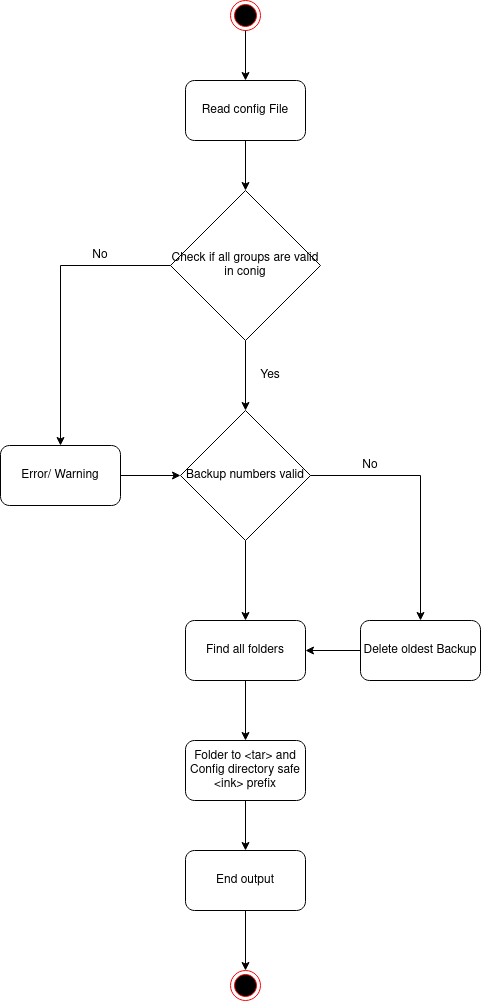
The draw.io diagram Documents/ActivityDiagram_Config.png in EAlbanese/Modul_122, before a commit. Source tidied: cells renumbered, new cells last; positions are measured from the earlier drawing's top-left corner, leaving out a move shared by most shapes.
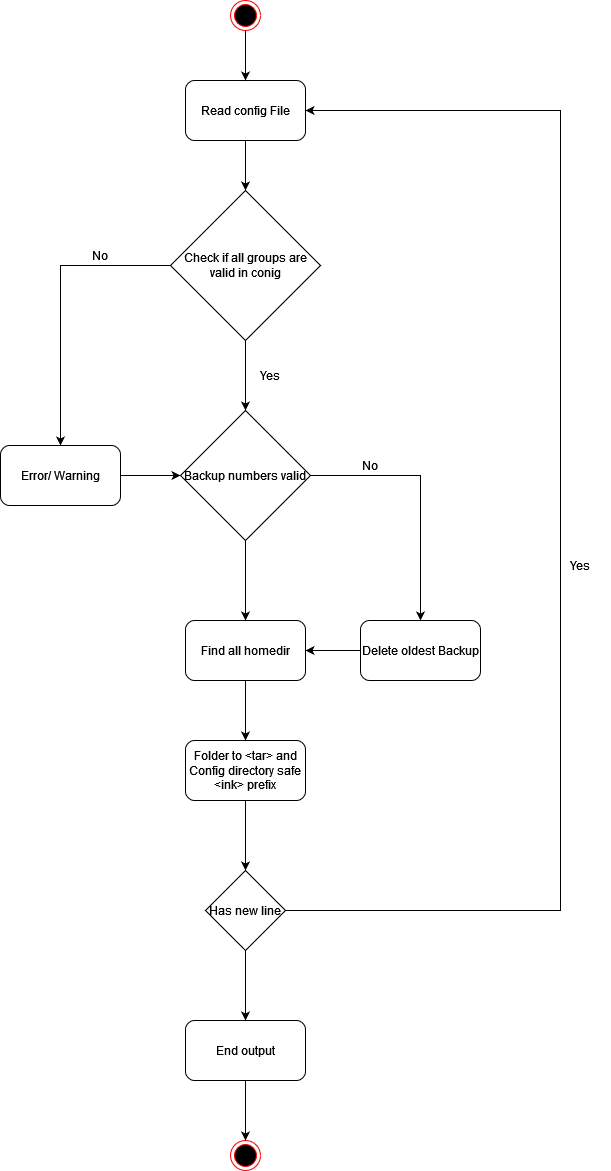
Above is the later version.

Diff of the diagram source:
```diff
@@ -42,7 +42,7 @@
     <mxCell id="13" value="No" style="text;html=1;strokeColor=none;fillColor=none;align=center;verticalAlign=middle;whiteSpace=wrap;rounded=0;" parent="1" vertex="1">
       <mxGeometry x="70" y="240" width="60" height="30" as="geometry" />
     </mxCell>
-    <mxCell id="14" value="Find all folders" style="rounded=1;whiteSpace=wrap;html=1;" parent="1" vertex="1">
+    <mxCell id="14" value="Find all homedir" style="rounded=1;whiteSpace=wrap;html=1;" parent="1" vertex="1">
       <mxGeometry x="185" y="620" width="120" height="60" as="geometry" />
     </mxCell>
     <mxCell id="15" style="endArrow=classic;html=1;rounded=0;exitX=0.5;exitY=1;exitDx=0;exitDy=0;entryX=0.5;entryY=0;entryDx=0;entryDy=0;" parent="1" edge="1" source="9" target="14">
@@ -71,16 +71,37 @@
       <mxGeometry relative="1" as="geometry" />
     </mxCell>
     <mxCell id="22" value="End output" style="rounded=1;whiteSpace=wrap;html=1;" parent="1" vertex="1">
-      <mxGeometry x="185" y="850" width="120" height="60" as="geometry" />
+      <mxGeometry x="185" y="1020" width="120" height="60" as="geometry" />
     </mxCell>
     <mxCell id="23" style="ellipse;html=1;shape=endState;fillColor=#000000;strokeColor=#ff0000;" parent="1" vertex="1">
-      <mxGeometry x="230" y="970" width="30" height="30" as="geometry" />
+      <mxGeometry x="230" y="1140" width="30" height="30" as="geometry" />
     </mxCell>
-    <mxCell id="24" style="endArrow=classic;html=1;rounded=0;exitX=0.5;exitY=1;exitDx=0;exitDy=0;" parent="1" edge="1" source="20" target="22">
-      <mxGeometry relative="1" as="geometry" />
-    </mxCell>
-    <mxCell id="25" style="endArrow=classic;html=1;rounded=0;exitX=0.5;exitY=1;exitDx=0;exitDy=0;entryX=0.5;entryY=0;entryDx=0;entryDy=0;" parent="1" edge="1" source="22" target="23">
-      <mxGeometry relative="1" as="geometry" />
+    <mxCell id="25" style="endArrow=classic;html=1;rounded=0;exitX=0.5;exitY=1;exitDx=0;exitDy=0;" parent="1" edge="1" source="22">
+      <mxGeometry relative="1" as="geometry">
+        <mxPoint x="245" y="1140" as="targetPoint" />
+      </mxGeometry>
     </mxCell>
+    <mxCell id="26" value="Has new line" style="rhombus;whiteSpace=wrap;html=1;" parent="1" vertex="1">
+      <mxGeometry x="205" y="870" width="80" height="80" as="geometry" />
+    </mxCell>
+    <mxCell id="27" style="endArrow=classic;html=1;rounded=0;exitX=0.5;exitY=1;exitDx=0;exitDy=0;entryX=0.5;entryY=0;entryDx=0;entryDy=0;" parent="1" edge="1" source="20" target="26">
+      <mxGeometry relative="1" as="geometry" />
+    </mxCell>
+    <mxCell id="28" style="endArrow=classic;html=1;rounded=0;exitX=1;exitY=0.5;exitDx=0;exitDy=0;entryX=1;entryY=0.5;entryDx=0;entryDy=0;" parent="1" edge="1" source="26" target="3">
+      <mxGeometry relative="1" as="geometry">
+        <Array as="points">
+          <mxPoint x="560" y="910" />
+          <mxPoint x="560" y="110" />
+        </Array>
+      </mxGeometry>
+    </mxCell>
+    <mxCell id="29" value="Yes" style="text;html=1;strokeColor=none;fillColor=none;align=center;verticalAlign=middle;whiteSpace=wrap;rounded=0;" parent="1" vertex="1">
+      <mxGeometry x="550" y="550" width="60" height="30" as="geometry" />
+    </mxCell>
+    <mxCell id="30" style="endArrow=classic;html=1;rounded=0;exitX=0.5;exitY=1;exitDx=0;exitDy=0;" parent="1" edge="1" source="26">
+      <mxGeometry relative="1" as="geometry">
+        <mxPoint x="245" y="1020" as="targetPoint" />
+      </mxGeometry>
+    </mxCell>
   </root>
 </mxGraphModel>
```
